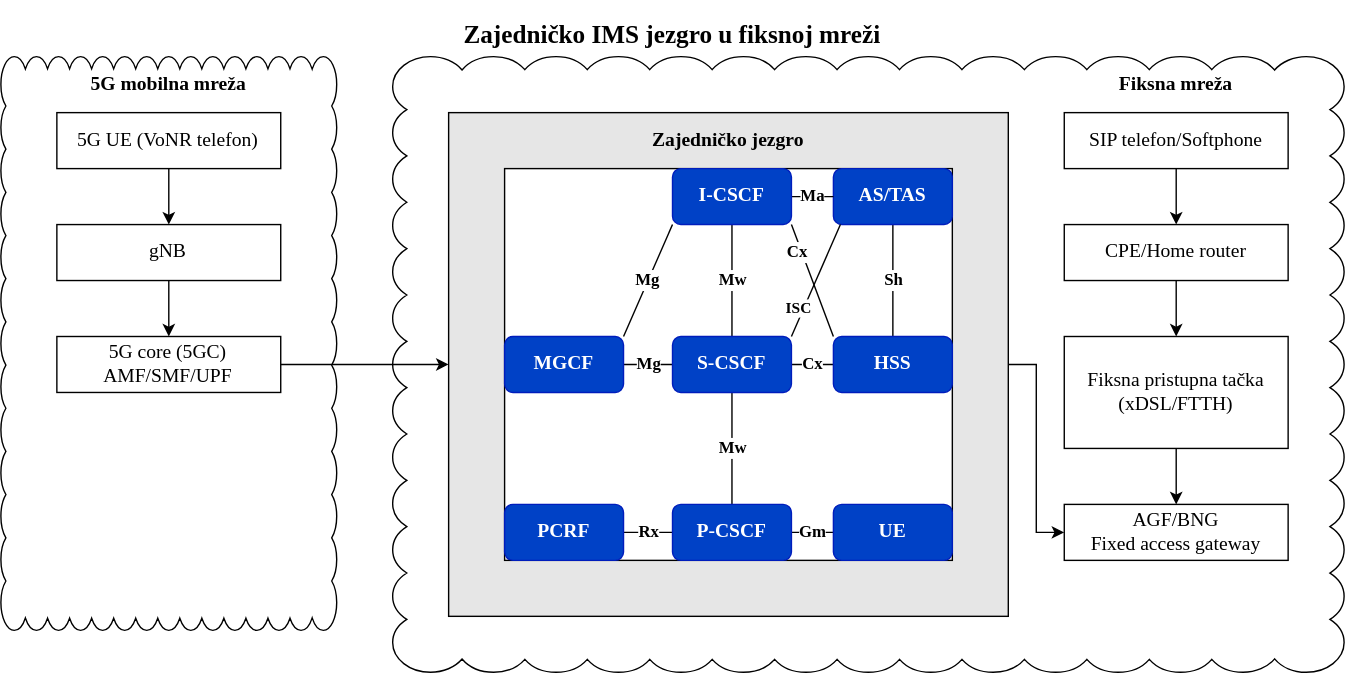
Earlier version of the draw.io export assets/diagrams/draw_io/images/common_ims_core_in_a_fixed_network.svg (ZakiraZaza/SSMTK_FMC_VoNR_IMS_5G). Source tidied: cells renumbered, new cells last; positions are measured from the earlier drawing's top-left corner, leaving out a move shared by most shapes.
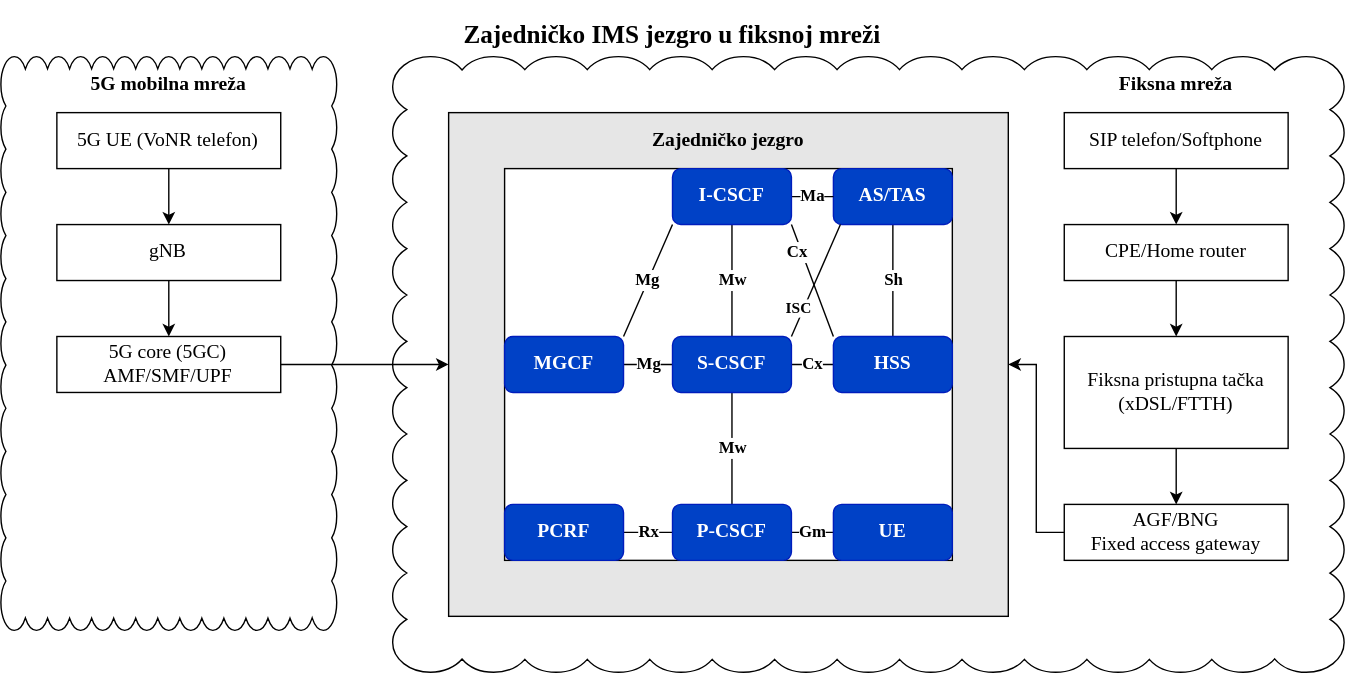
After the commit.

Diff of the diagram source:
```diff
@@ -8,7 +8,7 @@
     <mxCell id="3" style="whiteSpace=wrap;html=1;shape=mxgraph.basic.cloud_rect;fillColor=none;" parent="1" vertex="1">
       <mxGeometry x="280" y="40" width="680" height="440" as="geometry" />
     </mxCell>
-    <mxCell id="4" style="rounded=0;jettySize=auto;html=1;exitX=1;exitY=0.5;exitDx=0;exitDy=0;entryX=0;entryY=0.5;entryDx=0;entryDy=0;strokeWidth=1;edgeStyle=orthogonalEdgeStyle;" parent="1" edge="1" source="22" target="15">
+    <mxCell id="4" style="rounded=0;jettySize=auto;html=1;exitX=1;exitY=0.5;exitDx=0;exitDy=0;entryX=0;entryY=0.5;entryDx=0;entryDy=0;strokeWidth=1;edgeStyle=orthogonalEdgeStyle;startArrow=classic;startFill=1;endArrow=none;endFill=0;" parent="1" edge="1" source="22" target="15">
       <mxGeometry relative="1" as="geometry">
         <Array as="points">
           <mxPoint x="740" y="260" />
```
